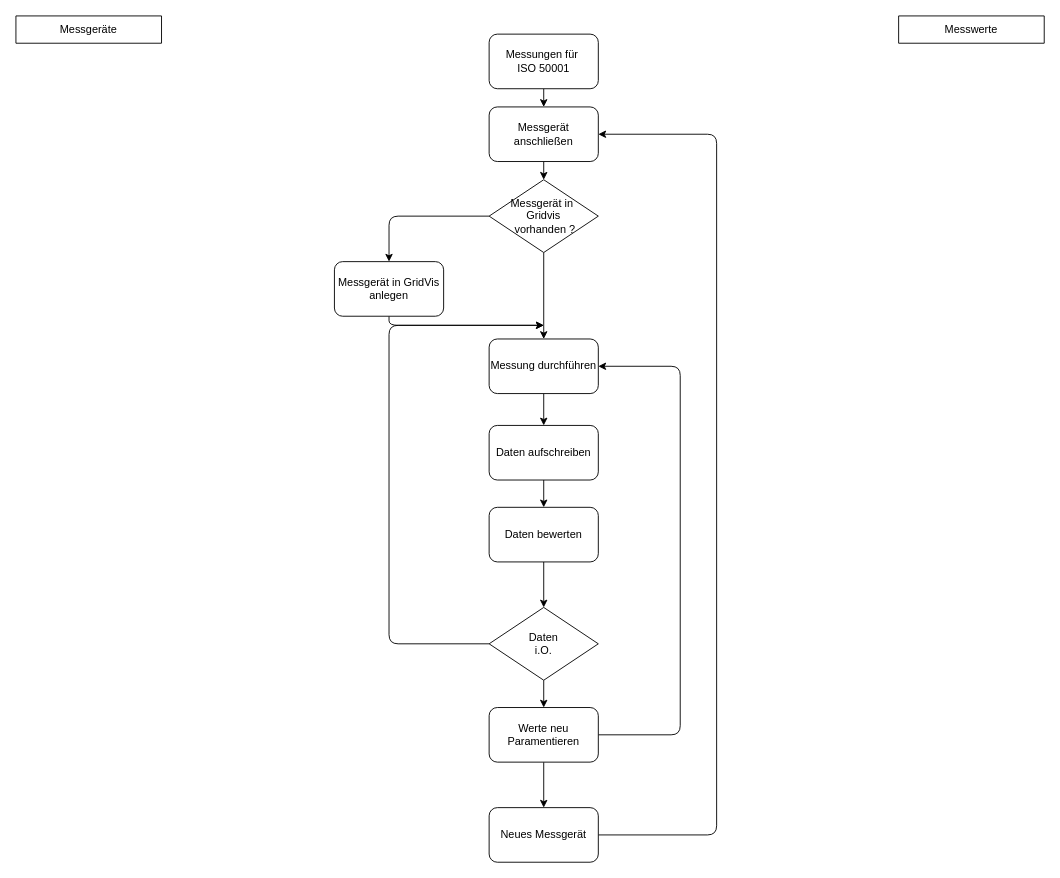
Helge-Steinhorst/ISO50001WebBrowser keeps this draw.io diagram as visuals/Messungen.drawio. Above is the earlier version. Source tidied: cells renumbered, new cells numbered last; positions are measured from the earlier drawing's top-left corner, leaving out a move shared by most shapes. Both pictures are drawn from the tidied source at 91%, with x=0, y=0 at pixel (15, 15).
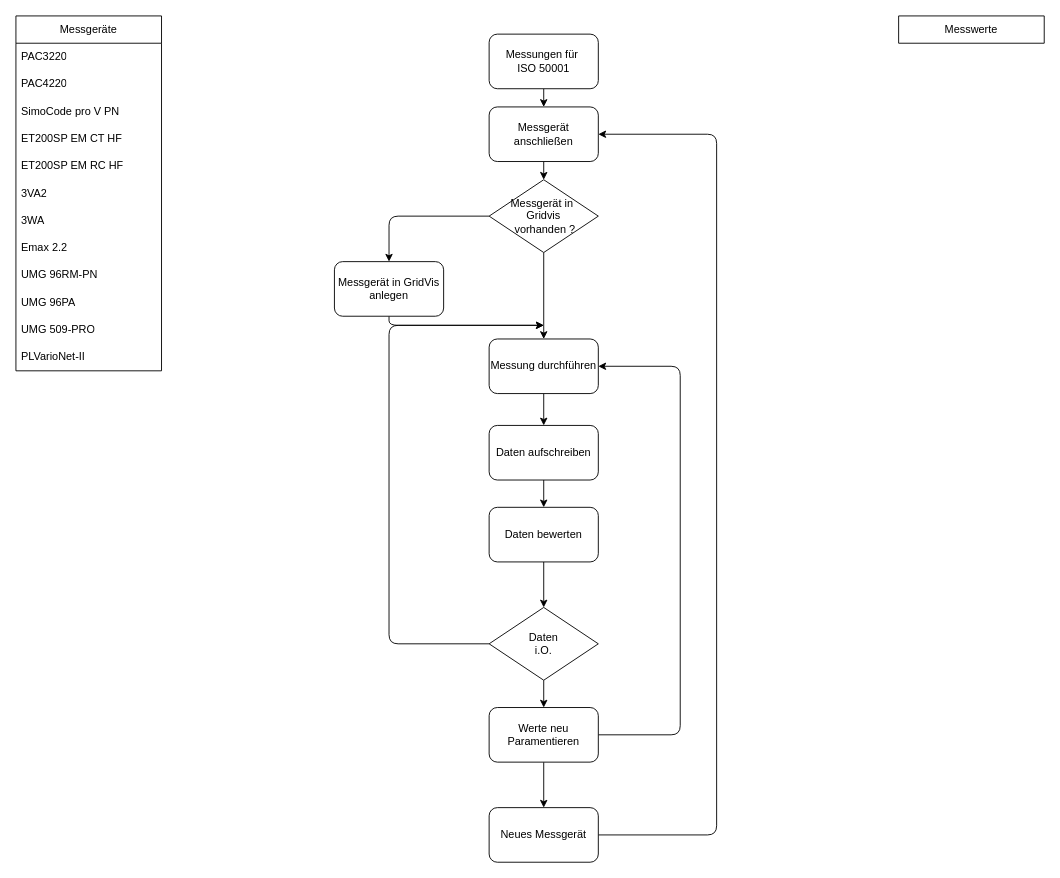
After the change.

Diff of the diagram source:
```diff
@@
-    <mxCell id="11" value="Messgeräte" style="swimlane;fontStyle=0;horizontal=1;startSize=30;whiteSpace=wrap;html=1;absoluteArcSize=0;shadow=0;rounded=0;glass=0;" parent="1" vertex="1" collapsed="1">
-      <mxGeometry width="160" height="30" as="geometry" />
+    <mxCell id="11" value="Messgeräte" style="swimlane;fontStyle=0;horizontal=1;startSize=30;whiteSpace=wrap;html=1;absoluteArcSize=0;shadow=0;rounded=0;glass=0;" parent="1" vertex="1">
+      <mxGeometry width="160" height="390" as="geometry" />
     </mxCell>
+    <mxCell id="27" value="PAC3220" style="text;strokeColor=none;fillColor=none;align=left;verticalAlign=middle;spacingLeft=4;spacingRight=4;overflow=hidden;whiteSpace=wrap;html=1;" parent="11" vertex="1">
+      <mxGeometry y="30" width="160" height="30" as="geometry" />
+    </mxCell>
+    <mxCell id="28" value="PAC4220" style="text;strokeColor=none;fillColor=none;align=left;verticalAlign=middle;spacingLeft=4;spacingRight=4;overflow=hidden;whiteSpace=wrap;html=1;" parent="11" vertex="1">
+      <mxGeometry y="60" width="160" height="30" as="geometry" />
+    </mxCell>
+    <mxCell id="29" value="SimoCode pro V PN" style="text;strokeColor=none;fillColor=none;align=left;verticalAlign=middle;spacingLeft=4;spacingRight=4;overflow=hidden;whiteSpace=wrap;html=1;" parent="11" vertex="1">
+      <mxGeometry y="90" width="160" height="30" as="geometry" />
+    </mxCell>
+    <mxCell id="30" value="ET200SP EM CT HF" style="text;align=left;verticalAlign=middle;spacingLeft=4;spacingRight=4;overflow=hidden;whiteSpace=wrap;html=1;" parent="11" vertex="1">
+      <mxGeometry y="120" width="160" height="30" as="geometry" />
+    </mxCell>
+    <mxCell id="31" value="ET200SP EM RC HF" style="text;strokeColor=none;fillColor=none;align=left;verticalAlign=middle;spacingLeft=4;spacingRight=4;overflow=hidden;whiteSpace=wrap;html=1;" parent="11" vertex="1">
+      <mxGeometry y="150" width="160" height="30" as="geometry" />
+    </mxCell>
+    <mxCell id="32" value="3VA2" style="text;strokeColor=none;fillColor=none;align=left;verticalAlign=middle;spacingLeft=4;spacingRight=4;overflow=hidden;whiteSpace=wrap;html=1;" parent="11" vertex="1">
+      <mxGeometry y="180" width="160" height="30" as="geometry" />
+    </mxCell>
+    <mxCell id="33" value="3WA&amp;nbsp;" style="text;strokeColor=none;fillColor=none;align=left;verticalAlign=middle;spacingLeft=4;spacingRight=4;overflow=hidden;whiteSpace=wrap;html=1;" parent="11" vertex="1">
+      <mxGeometry y="210" width="160" height="30" as="geometry" />
+    </mxCell>
+    <mxCell id="34" value="Emax 2.2" style="text;strokeColor=none;fillColor=none;align=left;verticalAlign=middle;spacingLeft=4;spacingRight=4;overflow=hidden;whiteSpace=wrap;html=1;" parent="11" vertex="1">
+      <mxGeometry y="240" width="160" height="30" as="geometry" />
+    </mxCell>
+    <mxCell id="35" value="UMG 96RM-PN" style="text;strokeColor=none;fillColor=none;align=left;verticalAlign=middle;spacingLeft=4;spacingRight=4;overflow=hidden;whiteSpace=wrap;html=1;" parent="11" vertex="1">
+      <mxGeometry y="270" width="160" height="30" as="geometry" />
+    </mxCell>
+    <mxCell id="36" value="UMG 96PA" style="text;strokeColor=none;fillColor=none;align=left;verticalAlign=middle;spacingLeft=4;spacingRight=4;overflow=hidden;whiteSpace=wrap;html=1;" parent="11" vertex="1">
+      <mxGeometry y="300" width="160" height="30" as="geometry" />
+    </mxCell>
+    <mxCell id="37" value="UMG 509-PRO" style="text;strokeColor=none;fillColor=none;align=left;verticalAlign=middle;spacingLeft=4;spacingRight=4;overflow=hidden;whiteSpace=wrap;html=1;" parent="11" vertex="1">
+      <mxGeometry y="330" width="160" height="30" as="geometry" />
+    </mxCell>
+    <mxCell id="38" value="PLVarioNet-II" style="text;strokeColor=none;fillColor=none;align=left;verticalAlign=middle;spacingLeft=4;spacingRight=4;overflow=hidden;whiteSpace=wrap;html=1;" parent="11" vertex="1">
+      <mxGeometry y="360" width="160" height="30" as="geometry" />
+    </mxCell>
```
